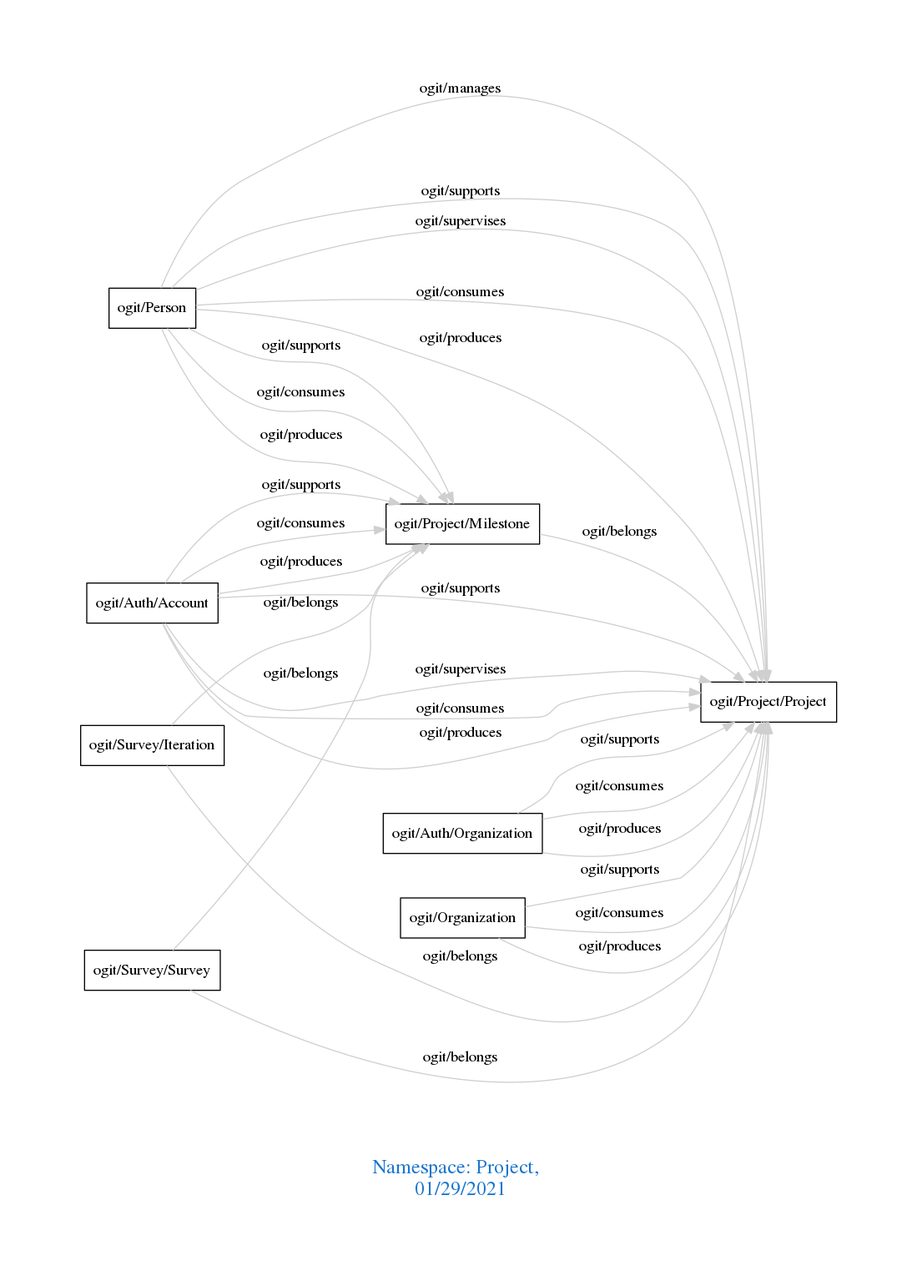
This is downloads/Project.png from arago/OGIT, a Graphviz export, as it was before one commit. Its source is kept beside it as downloads/Project.dot. The source it was exported from:
```dot
digraph OGIT_ontology {
 graph [ rankdir= LR,pad=1
fontsize = 18,
fontcolor= dodgerblue3,label = "\n\n\nNamespace: Project, \n 01/29/2021"];
node[shape=polygon];
edge [  color="gray81"];

   "ogit/Person" -> "ogit/Project/Project" [label="   ogit/manages    "];
   "ogit/Auth/Account" -> "ogit/Project/Milestone" [label="   ogit/supports    "];
   "ogit/Auth/Account" -> "ogit/Project/Project" [label="   ogit/supports    "];
   "ogit/Auth/Organization" -> "ogit/Project/Project" [label="   ogit/supports    "];
   "ogit/Organization" -> "ogit/Project/Project" [label="   ogit/supports    "];
   "ogit/Person" -> "ogit/Project/Milestone" [label="   ogit/supports    "];
   "ogit/Person" -> "ogit/Project/Project" [label="   ogit/supports    "];
   "ogit/Auth/Account" -> "ogit/Project/Project" [label="   ogit/supervises    "];
   "ogit/Person" -> "ogit/Project/Project" [label="   ogit/supervises    "];
   "ogit/Auth/Account" -> "ogit/Project/Milestone" [label="   ogit/consumes    "];
   "ogit/Auth/Account" -> "ogit/Project/Project" [label="   ogit/consumes    "];
   "ogit/Auth/Organization" -> "ogit/Project/Project" [label="   ogit/consumes    "];
   "ogit/Organization" -> "ogit/Project/Project" [label="   ogit/consumes    "];
   "ogit/Person" -> "ogit/Project/Milestone" [label="   ogit/consumes    "];
   "ogit/Person" -> "ogit/Project/Project" [label="   ogit/consumes    "];
   "ogit/Auth/Account" -> "ogit/Project/Milestone" [label="   ogit/produces    "];
   "ogit/Auth/Account" -> "ogit/Project/Project" [label="   ogit/produces    "];
   "ogit/Auth/Organization" -> "ogit/Project/Project" [label="   ogit/produces    "];
   "ogit/Organization" -> "ogit/Project/Project" [label="   ogit/produces    "];
   "ogit/Person" -> "ogit/Project/Milestone" [label="   ogit/produces    "];
   "ogit/Person" -> "ogit/Project/Project" [label="   ogit/produces    "];
   "ogit/Project/Milestone" -> "ogit/Project/Project" [label="   ogit/belongs    "];
   "ogit/Survey/Iteration" -> "ogit/Project/Milestone" [label="   ogit/belongs    "];
   "ogit/Survey/Iteration" -> "ogit/Project/Project" [label="   ogit/belongs    "];
   "ogit/Survey/Survey" -> "ogit/Project/Milestone" [label="   ogit/belongs    "];
   "ogit/Survey/Survey" -> "ogit/Project/Project" [label="   ogit/belongs    "];
}
```
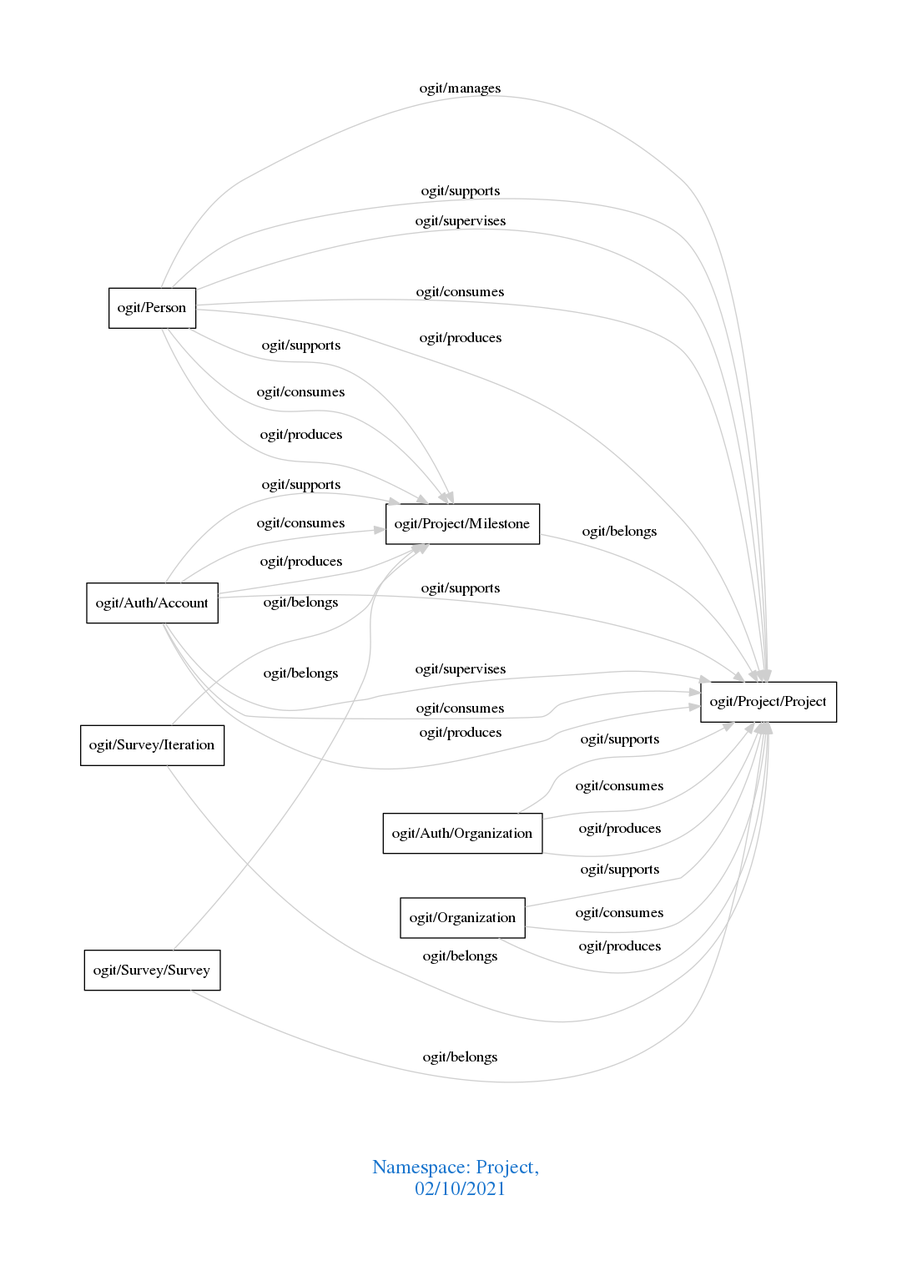
After the commit.

Change to the diagram source:
```diff
@@ -1,7 +1,7 @@
 digraph OGIT_ontology {
  graph [ rankdir= LR,pad=1
 fontsize = 18,
-fontcolor= dodgerblue3,label = "\n\n\nNamespace: Project, \n 01/29/2021"];
+fontcolor= dodgerblue3,label = "\n\n\nNamespace: Project, \n 02/10/2021"];
 node[shape=polygon];
 edge [  color="gray81"];
 
```
